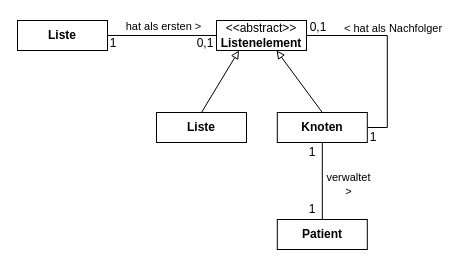
The draw.io diagram page "Klassendiagramm" (10 of 14) of Liste.drawio in JoernWVSG/diagram, before the edit. Source tidied: cells renumbered, new cells numbered last; positions are measured from the earlier drawing's top-left corner, leaving out a move shared by most shapes. Both pictures are drawn from the tidied source at 100%, with x=0, y=0 at pixel (17, 17).
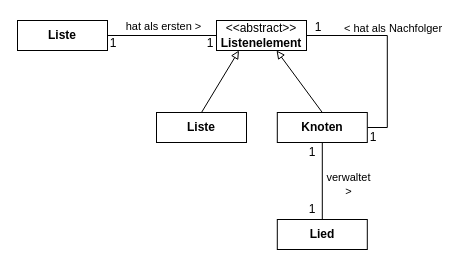
The same page after the edit.

The edit, as a diff of the source:
```diff
@@
-    <mxCell id="6" value="0,1" style="text;html=1;align=center;verticalAlign=middle;whiteSpace=wrap;rounded=0;" parent="1" vertex="1">
-      <mxGeometry x="179" y="16" width="18" height="20" as="geometry" />
+    <mxCell id="6" value="1" style="text;html=1;align=center;verticalAlign=middle;whiteSpace=wrap;rounded=0;" parent="1" vertex="1">
+      <mxGeometry x="184" y="16" width="18" height="20" as="geometry" />
     </mxCell>
@@
-    <mxCell id="12" value="0,1" style="text;html=1;align=center;verticalAlign=middle;whiteSpace=wrap;rounded=0;" parent="1" vertex="1">
+    <mxCell id="12" value="1" style="text;html=1;align=center;verticalAlign=middle;whiteSpace=wrap;rounded=0;" parent="1" vertex="1">
       <mxGeometry x="292" width="18" height="20" as="geometry" />
     </mxCell>
@@
-    <mxCell id="16" value="&lt;div&gt;&lt;b&gt;Patient&lt;/b&gt;&lt;/div&gt;" style="html=1;whiteSpace=wrap;" parent="1" vertex="1">
+    <mxCell id="16" value="&lt;div&gt;&lt;b&gt;Lied&lt;/b&gt;&lt;/div&gt;" style="html=1;whiteSpace=wrap;" parent="1" vertex="1">
       <mxGeometry x="259.8" y="202" width="90" height="30" as="geometry" />
     </mxCell>
```
